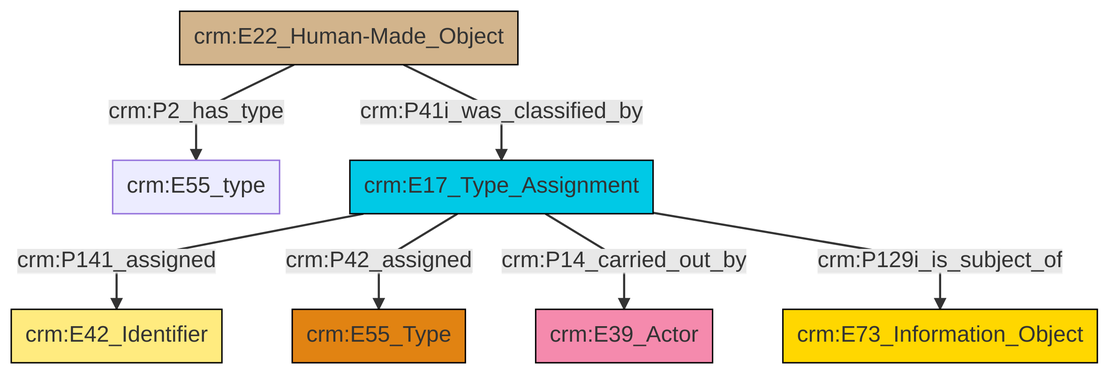
Before: et/builtWorkCSV/ttl/mmd/png/Built_Work_designation_status.png, a diagram exported from Mermaid (swiss-art-research-net/docs.swissartresearch). Its source is kept beside it as et/builtWorkCSV/ttl/mmd/Built_Work_designation_status.ttl.mmd.
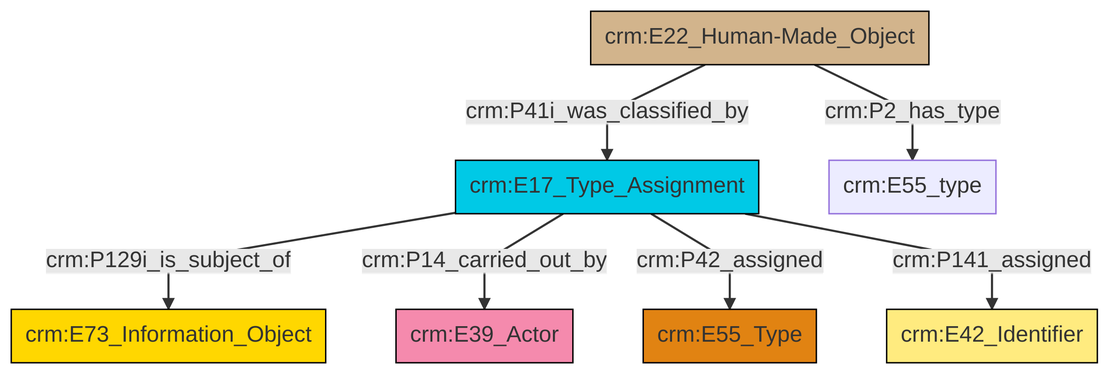
Later version of the same file.

Change to the diagram source:
```diff
@@ -13,9 +13,9 @@
 classDef PC_Classes fill:#4ce600, stroke:#000000;
 classDef Multi fill:#cccccc,stroke:#000000;
 
-4["crm:E22_Human-Made_Object"]:::Physical_Thing -->|crm:P2_has_type| 5["crm:E55_type"]:::Default
-4["crm:E22_Human-Made_Object"]:::Physical_Thing -->|crm:P41i_was_classified_by| 8["crm:E17_Type_Assignment"]:::Temporal_Entity
-8["crm:E17_Type_Assignment"]:::Temporal_Entity -->|crm:P141_assigned| 11["crm:E42_Identifier"]:::Appellation
-8["crm:E17_Type_Assignment"]:::Temporal_Entity -->|crm:P42_assigned| 2["crm:E55_Type"]:::Type
-8["crm:E17_Type_Assignment"]:::Temporal_Entity -->|crm:P14_carried_out_by| 6["crm:E39_Actor"]:::Actor
-8["crm:E17_Type_Assignment"]:::Temporal_Entity -->|crm:P129i_is_subject_of| 0["crm:E73_Information_Object"]:::Conceptual_Object
+0["crm:E17_Type_Assignment"]:::Temporal_Entity -->|crm:P129i_is_subject_of| 1["crm:E73_Information_Object"]:::Conceptual_Object
+0["crm:E17_Type_Assignment"]:::Temporal_Entity -->|crm:P14_carried_out_by| 2["crm:E39_Actor"]:::Actor
+0["crm:E17_Type_Assignment"]:::Temporal_Entity -->|crm:P42_assigned| 3["crm:E55_Type"]:::Type
+8["crm:E22_Human-Made_Object"]:::Physical_Thing -->|crm:P41i_was_classified_by| 0["crm:E17_Type_Assignment"]:::Temporal_Entity
+0["crm:E17_Type_Assignment"]:::Temporal_Entity -->|crm:P141_assigned| 11["crm:E42_Identifier"]:::Appellation
+8["crm:E22_Human-Made_Object"]:::Physical_Thing -->|crm:P2_has_type| 4["crm:E55_type"]:::Default
```
